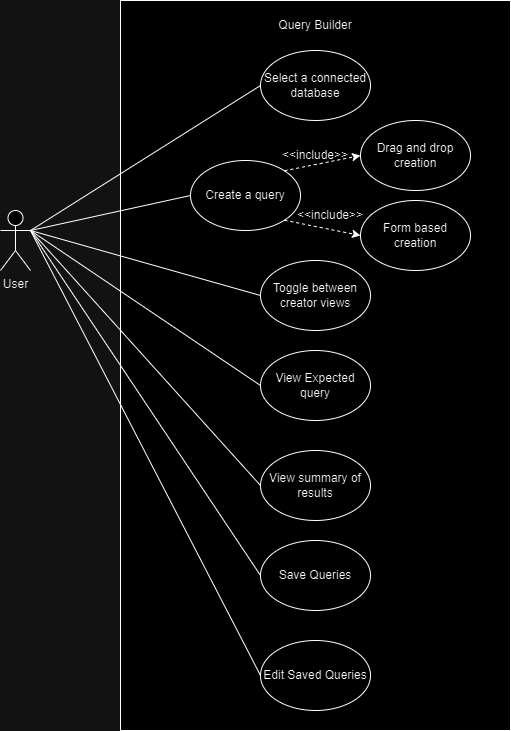
COS301-SE-2024/Query-Builder keeps this draw.io diagram as query-builder-docs/static/img/QueryBuilderDark.png. Above is the earlier version. Source tidied: cells renumbered, new cells last; positions are measured from the earlier drawing's top-left corner, leaving out a move shared by most shapes.
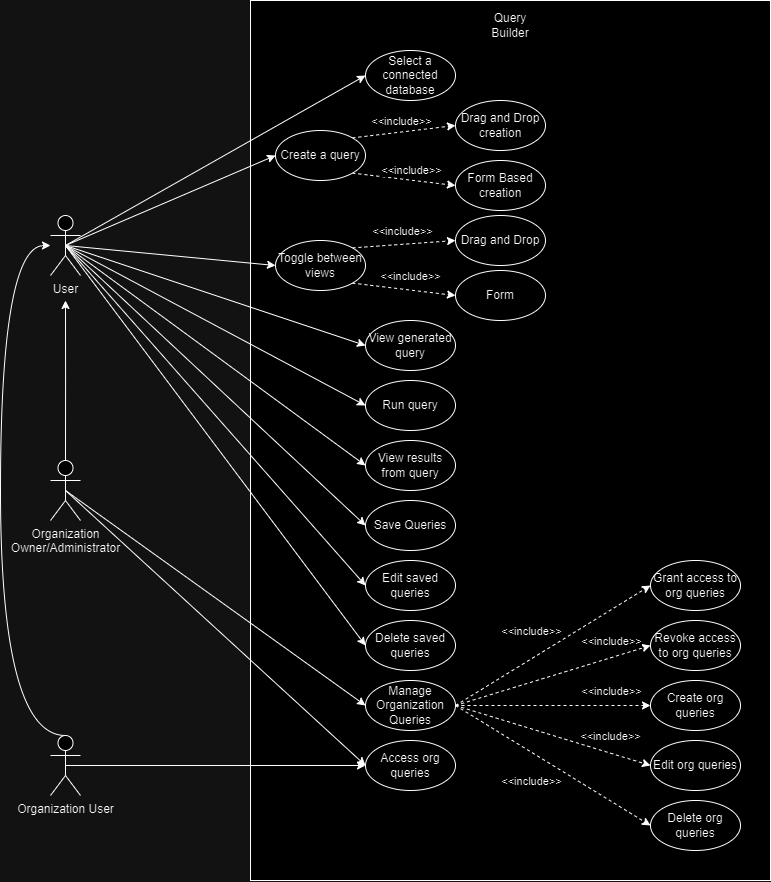
The same diagram one commit later.

The edit, as a diff of the source:
```diff
@@ -2,74 +2,201 @@
   <root>
     <mxCell id="0" />
     <mxCell id="1" parent="0" />
-    <mxCell id="2" style="rounded=0;whiteSpace=wrap;html=1;" parent="1" vertex="1">
-      <mxGeometry x="120" width="390" height="730" as="geometry" />
-    </mxCell>
-    <mxCell id="3" value="User" style="shape=umlActor;verticalLabelPosition=bottom;verticalAlign=top;html=1;outlineConnect=0;" parent="1" vertex="1">
-      <mxGeometry y="210" width="30" height="60" as="geometry" />
-    </mxCell>
-    <mxCell id="4" value="Select a connected database" style="ellipse;whiteSpace=wrap;html=1;" parent="1" vertex="1">
-      <mxGeometry x="260" y="50" width="110" height="70" as="geometry" />
-    </mxCell>
-    <mxCell id="5" value="View Expected query" style="ellipse;whiteSpace=wrap;html=1;" parent="1" vertex="1">
-      <mxGeometry x="260" y="350" width="110" height="70" as="geometry" />
-    </mxCell>
-    <mxCell id="6" value="Create a query" style="ellipse;whiteSpace=wrap;html=1;" parent="1" vertex="1">
-      <mxGeometry x="190" y="160" width="110" height="70" as="geometry" />
-    </mxCell>
+    <mxCell id="25" style="rounded=0;whiteSpace=wrap;html=1;" parent="1" vertex="1">
+      <mxGeometry x="60" y="-80" width="520" height="880" as="geometry" />
+    </mxCell>
-    <mxCell id="7" style="endArrow=none;html=1;rounded=0;entryX=0;entryY=0.5;entryDx=0;entryDy=0;exitX=1;exitY=0.3333333333333333;exitDx=0;exitDy=0;exitPerimeter=0;" parent="1" edge="1" source="3" target="4">
+    <mxCell id="7" style="rounded=0;jettySize=auto;html=1;exitX=0.5;exitY=0.5;exitDx=0;exitDy=0;exitPerimeter=0;entryX=0;entryY=0.5;entryDx=0;entryDy=0;" parent="1" edge="1" source="3" target="4">
       <mxGeometry relative="1" as="geometry" />
     </mxCell>
-    <mxCell id="8" style="endArrow=none;html=1;rounded=0;entryX=0;entryY=0.5;entryDx=0;entryDy=0;exitX=1;exitY=0.3333333333333333;exitDx=0;exitDy=0;exitPerimeter=0;" parent="1" edge="1" source="3" target="6">
+    <mxCell id="8" style="rounded=0;jettySize=auto;html=1;exitX=0.5;exitY=0.5;exitDx=0;exitDy=0;exitPerimeter=0;entryX=0;entryY=0.5;entryDx=0;entryDy=0;" parent="1" edge="1" source="3" target="6">
       <mxGeometry relative="1" as="geometry" />
     </mxCell>
-    <mxCell id="9" style="endArrow=none;html=1;rounded=0;exitX=1;exitY=0.3333333333333333;exitDx=0;exitDy=0;exitPerimeter=0;entryX=0;entryY=0.5;entryDx=0;entryDy=0;" parent="1" edge="1" source="3" target="5">
-      <mxGeometry relative="1" as="geometry" />
-    </mxCell>
+    <mxCell id="26" style="rounded=0;jettySize=auto;html=1;exitX=0.5;exitY=0.5;exitDx=0;exitDy=0;exitPerimeter=0;entryX=0;entryY=0.5;entryDx=0;entryDy=0;" parent="1" edge="1" source="3" target="42">
+      <mxGeometry relative="1" as="geometry" />
+    </mxCell>
+    <mxCell id="27" style="rounded=0;jettySize=auto;html=1;exitX=0.5;exitY=0.5;exitDx=0;exitDy=0;exitPerimeter=0;entryX=0;entryY=0.5;entryDx=0;entryDy=0;" parent="1" edge="1" source="3" target="43">
+      <mxGeometry relative="1" as="geometry" />
+    </mxCell>
+    <mxCell id="28" style="rounded=0;jettySize=auto;html=1;exitX=0.5;exitY=0.5;exitDx=0;exitDy=0;exitPerimeter=0;entryX=0;entryY=0.5;entryDx=0;entryDy=0;" parent="1" edge="1" source="3" target="44">
+      <mxGeometry relative="1" as="geometry" />
+    </mxCell>
+    <mxCell id="29" style="rounded=0;jettySize=auto;html=1;exitX=0.5;exitY=0.5;exitDx=0;exitDy=0;exitPerimeter=0;entryX=0;entryY=0.5;entryDx=0;entryDy=0;" parent="1" edge="1" source="3" target="45">
+      <mxGeometry relative="1" as="geometry" />
+    </mxCell>
+    <mxCell id="23" style="rounded=0;jettySize=auto;html=1;exitX=0.5;exitY=0.5;exitDx=0;exitDy=0;exitPerimeter=0;entryX=0;entryY=0.5;entryDx=0;entryDy=0;" parent="1" edge="1" source="3" target="21">
+      <mxGeometry relative="1" as="geometry" />
+    </mxCell>
+    <mxCell id="30" style="rounded=0;jettySize=auto;html=1;exitX=0.5;exitY=0.5;exitDx=0;exitDy=0;exitPerimeter=0;entryX=0;entryY=0.5;entryDx=0;entryDy=0;" parent="1" edge="1" source="3" target="48">
+      <mxGeometry relative="1" as="geometry" />
+    </mxCell>
+    <mxCell id="31" style="rounded=0;jettySize=auto;html=1;exitX=0.5;exitY=0.5;exitDx=0;exitDy=0;exitPerimeter=0;entryX=0;entryY=0.5;entryDx=0;entryDy=0;" parent="1" edge="1" source="3" target="49">
+      <mxGeometry relative="1" as="geometry" />
+    </mxCell>
+    <mxCell id="3" value="User" style="shape=umlActor;verticalLabelPosition=bottom;verticalAlign=top;html=1;outlineConnect=0;" parent="1" vertex="1">
+      <mxGeometry x="-140" y="135" width="30" height="60" as="geometry" />
+    </mxCell>
     <mxCell id="10" value="Query Builder" style="text;html=1;align=center;verticalAlign=middle;whiteSpace=wrap;rounded=0;" parent="1" vertex="1">
-      <mxGeometry x="230" y="10" width="170" height="30" as="geometry" />
+      <mxGeometry x="290" y="-70" width="60" height="30" as="geometry" />
     </mxCell>
-    <mxCell id="11" value="View summary of results" style="ellipse;whiteSpace=wrap;html=1;" parent="1" vertex="1">
-      <mxGeometry x="260" y="450" width="110" height="70" as="geometry" />
-    </mxCell>
-    <mxCell id="12" value="Toggle between creator views" style="ellipse;whiteSpace=wrap;html=1;" parent="1" vertex="1">
-      <mxGeometry x="260" y="260" width="110" height="70" as="geometry" />
-    </mxCell>
-    <mxCell id="13" style="endArrow=none;html=1;rounded=0;exitX=1;exitY=0.3333333333333333;exitDx=0;exitDy=0;exitPerimeter=0;entryX=0;entryY=0.5;entryDx=0;entryDy=0;" parent="1" edge="1" source="3" target="12">
-      <mxGeometry relative="1" as="geometry" />
-    </mxCell>
-    <mxCell id="14" style="endArrow=none;html=1;rounded=0;exitX=1;exitY=0.3333333333333333;exitDx=0;exitDy=0;exitPerimeter=0;entryX=0;entryY=0.5;entryDx=0;entryDy=0;" parent="1" edge="1" source="3" target="11">
-      <mxGeometry relative="1" as="geometry" />
-    </mxCell>
-    <mxCell id="15" value="Form based creation" style="ellipse;whiteSpace=wrap;html=1;" parent="1" vertex="1">
-      <mxGeometry x="360" y="200" width="110" height="70" as="geometry" />
-    </mxCell>
-    <mxCell id="16" value="Drag and drop creation" style="ellipse;whiteSpace=wrap;html=1;" parent="1" vertex="1">
-      <mxGeometry x="360" y="120" width="110" height="70" as="geometry" />
-    </mxCell>
-    <mxCell id="17" style="endArrow=classic;html=1;rounded=0;entryX=0;entryY=0.5;entryDx=0;entryDy=0;exitX=1;exitY=0;exitDx=0;exitDy=0;dashed=1;" parent="1" edge="1" source="6" target="16">
-      <mxGeometry relative="1" as="geometry" />
-    </mxCell>
-    <mxCell id="18" style="endArrow=classic;html=1;rounded=0;entryX=0;entryY=0.5;entryDx=0;entryDy=0;exitX=1;exitY=1;exitDx=0;exitDy=0;dashed=1;" parent="1" edge="1" source="6" target="15">
-      <mxGeometry relative="1" as="geometry" />
-    </mxCell>
-    <mxCell id="19" value="&amp;lt;&amp;lt;include&amp;gt;&amp;gt;" style="text;html=1;align=center;verticalAlign=middle;whiteSpace=wrap;rounded=0;" parent="1" vertex="1">
-      <mxGeometry x="300" y="200" width="60" height="30" as="geometry" />
-    </mxCell>
-    <mxCell id="20" value="&amp;lt;&amp;lt;include&amp;gt;&amp;gt;" style="text;html=1;align=center;verticalAlign=middle;whiteSpace=wrap;rounded=0;" parent="1" vertex="1">
-      <mxGeometry x="285" y="140" width="60" height="30" as="geometry" />
-    </mxCell>
+    <mxCell id="4" value="Select a connected database" style="ellipse;whiteSpace=wrap;html=1;" parent="1" vertex="1">
+      <mxGeometry x="175" y="-30" width="90" height="50" as="geometry" />
+    </mxCell>
+    <mxCell id="32" value="Drag and Drop creation" style="ellipse;whiteSpace=wrap;html=1;" parent="1" vertex="1">
+      <mxGeometry x="265" y="20" width="90" height="50" as="geometry" />
+    </mxCell>
+    <mxCell id="33" value="Form Based creation" style="ellipse;whiteSpace=wrap;html=1;" parent="1" vertex="1">
+      <mxGeometry x="265" y="80" width="90" height="50" as="geometry" />
+    </mxCell>
+    <mxCell id="34" style="rounded=0;jettySize=auto;html=1;exitX=1;exitY=0;exitDx=0;exitDy=0;entryX=0;entryY=0.5;entryDx=0;entryDy=0;dashed=1;" parent="1" edge="1" source="6" target="32">
+      <mxGeometry relative="1" as="geometry" />
+    </mxCell>
+    <mxCell id="35" value="&amp;lt;&amp;lt;include&amp;gt;&amp;gt;" style="edgeLabel;html=1;align=center;verticalAlign=middle;" parent="34" vertex="1">
+      <mxGeometry x="-0.17" y="-1" relative="1" as="geometry">
+        <mxPoint x="5" y="-13" as="offset" />
+      </mxGeometry>
+    </mxCell>
+    <mxCell id="36" style="rounded=0;jettySize=auto;html=1;exitX=1;exitY=1;exitDx=0;exitDy=0;entryX=0;entryY=0.5;entryDx=0;entryDy=0;dashed=1;" parent="1" edge="1" source="6" target="33">
+      <mxGeometry relative="1" as="geometry" />
+    </mxCell>
+    <mxCell id="37" value="&amp;lt;&amp;lt;include&amp;gt;&amp;gt;" style="edgeLabel;html=1;align=center;verticalAlign=middle;" parent="36" vertex="1">
+      <mxGeometry x="-0.06" y="5" relative="1" as="geometry">
+        <mxPoint x="9" y="-4" as="offset" />
+      </mxGeometry>
+    </mxCell>
+    <mxCell id="6" value="Create a query" style="ellipse;whiteSpace=wrap;html=1;" parent="1" vertex="1">
+      <mxGeometry x="85" y="50" width="90" height="50" as="geometry" />
+    </mxCell>
+    <mxCell id="38" style="rounded=0;jettySize=auto;html=1;exitX=1;exitY=0;exitDx=0;exitDy=0;entryX=0;entryY=0.5;entryDx=0;entryDy=0;dashed=1;" parent="1" edge="1" source="42" target="46">
+      <mxGeometry relative="1" as="geometry" />
+    </mxCell>
+    <mxCell id="39" value="&amp;lt;&amp;lt;include&amp;gt;&amp;gt;" style="edgeLabel;html=1;align=center;verticalAlign=middle;" parent="38" vertex="1">
+      <mxGeometry x="-0.05" relative="1" as="geometry">
+        <mxPoint y="-14" as="offset" />
+      </mxGeometry>
+    </mxCell>
+    <mxCell id="40" style="rounded=0;jettySize=auto;html=1;exitX=1;exitY=1;exitDx=0;exitDy=0;entryX=0;entryY=0.5;entryDx=0;entryDy=0;dashed=1;" parent="1" edge="1" source="42" target="47">
+      <mxGeometry relative="1" as="geometry" />
+    </mxCell>
+    <mxCell id="41" value="&amp;lt;&amp;lt;include&amp;gt;&amp;gt;" style="edgeLabel;html=1;align=center;verticalAlign=middle;" parent="40" vertex="1">
+      <mxGeometry x="-0.13" y="1" relative="1" as="geometry">
+        <mxPoint x="13" y="-12" as="offset" />
+      </mxGeometry>
+    </mxCell>
+    <mxCell id="42" value="Toggle between views" style="ellipse;whiteSpace=wrap;html=1;" parent="1" vertex="1">
+      <mxGeometry x="85" y="160" width="90" height="50" as="geometry" />
+    </mxCell>
+    <mxCell id="43" value="View generated query" style="ellipse;whiteSpace=wrap;html=1;" parent="1" vertex="1">
+      <mxGeometry x="175" y="240" width="90" height="50" as="geometry" />
+    </mxCell>
+    <mxCell id="44" value="Run query" style="ellipse;whiteSpace=wrap;html=1;" parent="1" vertex="1">
+      <mxGeometry x="175" y="300" width="90" height="50" as="geometry" />
+    </mxCell>
+    <mxCell id="45" value="View results from query" style="ellipse;whiteSpace=wrap;html=1;" parent="1" vertex="1">
+      <mxGeometry x="175" y="360" width="90" height="50" as="geometry" />
+    </mxCell>
+    <mxCell id="46" value="Drag and Drop" style="ellipse;whiteSpace=wrap;html=1;" parent="1" vertex="1">
+      <mxGeometry x="265" y="135" width="90" height="50" as="geometry" />
+    </mxCell>
+    <mxCell id="47" value="Form" style="ellipse;whiteSpace=wrap;html=1;" parent="1" vertex="1">
+      <mxGeometry x="265" y="190" width="90" height="50" as="geometry" />
+    </mxCell>
     <mxCell id="21" value="Save Queries" style="ellipse;whiteSpace=wrap;html=1;" parent="1" vertex="1">
-      <mxGeometry x="260" y="540" width="110" height="70" as="geometry" />
+      <mxGeometry x="175" y="420" width="90" height="50" as="geometry" />
     </mxCell>
-    <mxCell id="22" value="Edit Saved Queries" style="ellipse;whiteSpace=wrap;html=1;" parent="1" vertex="1">
-      <mxGeometry x="260" y="640" width="110" height="70" as="geometry" />
-    </mxCell>
-    <mxCell id="23" style="endArrow=none;html=1;rounded=0;exitX=1;exitY=0.3333333333333333;exitDx=0;exitDy=0;exitPerimeter=0;entryX=0;entryY=0.5;entryDx=0;entryDy=0;" parent="1" edge="1" source="3" target="21">
-      <mxGeometry relative="1" as="geometry" />
-    </mxCell>
-    <mxCell id="24" style="endArrow=none;html=1;rounded=0;exitX=1;exitY=0.3333333333333333;exitDx=0;exitDy=0;exitPerimeter=0;entryX=0;entryY=0.5;entryDx=0;entryDy=0;" parent="1" edge="1" source="3" target="22">
-      <mxGeometry relative="1" as="geometry" />
-    </mxCell>
+    <mxCell id="48" value="Edit saved queries" style="ellipse;whiteSpace=wrap;html=1;" parent="1" vertex="1">
+      <mxGeometry x="175" y="480" width="90" height="50" as="geometry" />
+    </mxCell>
+    <mxCell id="49" value="Delete saved queries" style="ellipse;whiteSpace=wrap;html=1;" parent="1" vertex="1">
+      <mxGeometry x="175" y="540" width="90" height="50" as="geometry" />
+    </mxCell>
+    <mxCell id="50" style="rounded=0;jettySize=auto;html=1;exitX=1;exitY=0.5;exitDx=0;exitDy=0;entryX=0;entryY=0.5;entryDx=0;entryDy=0;dashed=1;" parent="1" edge="1" source="60" target="67">
+      <mxGeometry relative="1" as="geometry" />
+    </mxCell>
+    <mxCell id="51" value="&amp;lt;&amp;lt;include&amp;gt;&amp;gt;" style="edgeLabel;html=1;align=center;verticalAlign=middle;" parent="50" vertex="1">
+      <mxGeometry x="-0.03" y="1" relative="1" as="geometry">
+        <mxPoint x="-19" y="-16" as="offset" />
+      </mxGeometry>
+    </mxCell>
+    <mxCell id="52" style="rounded=0;jettySize=auto;html=1;exitX=1;exitY=0.5;exitDx=0;exitDy=0;entryX=0;entryY=0.5;entryDx=0;entryDy=0;dashed=1;" parent="1" edge="1" source="60" target="66">
+      <mxGeometry relative="1" as="geometry" />
+    </mxCell>
+    <mxCell id="53" value="&amp;lt;&amp;lt;include&amp;gt;&amp;gt;" style="edgeLabel;html=1;align=center;verticalAlign=middle;" parent="52" vertex="1">
+      <mxGeometry x="0.11" y="-2" relative="1" as="geometry">
+        <mxPoint x="47" y="-34" as="offset" />
+      </mxGeometry>
+    </mxCell>
+    <mxCell id="54" style="rounded=0;jettySize=auto;html=1;exitX=1;exitY=0.5;exitDx=0;exitDy=0;entryX=0;entryY=0.5;entryDx=0;entryDy=0;dashed=1;" parent="1" edge="1" source="60" target="65">
+      <mxGeometry relative="1" as="geometry" />
+    </mxCell>
+    <mxCell id="55" value="&amp;lt;&amp;lt;include&amp;gt;&amp;gt;" style="edgeLabel;html=1;align=center;verticalAlign=middle;" parent="54" vertex="1">
+      <mxGeometry x="0.45" y="-1" relative="1" as="geometry">
+        <mxPoint x="14" y="-16" as="offset" />
+      </mxGeometry>
+    </mxCell>
+    <mxCell id="56" style="rounded=0;jettySize=auto;html=1;exitX=1;exitY=0.5;exitDx=0;exitDy=0;entryX=0;entryY=0.5;entryDx=0;entryDy=0;dashed=1;" parent="1" edge="1" source="60" target="68">
+      <mxGeometry relative="1" as="geometry" />
+    </mxCell>
+    <mxCell id="57" value="&amp;lt;&amp;lt;include&amp;gt;&amp;gt;" style="edgeLabel;html=1;align=center;verticalAlign=middle;" parent="56" vertex="1">
+      <mxGeometry x="0.48" y="-2" relative="1" as="geometry">
+        <mxPoint x="11" y="-16" as="offset" />
+      </mxGeometry>
+    </mxCell>
+    <mxCell id="58" style="rounded=0;jettySize=auto;html=1;exitX=1;exitY=0.5;exitDx=0;exitDy=0;entryX=0;entryY=0.5;entryDx=0;entryDy=0;dashed=1;" parent="1" edge="1" source="60" target="69">
+      <mxGeometry relative="1" as="geometry" />
+    </mxCell>
+    <mxCell id="59" value="&amp;lt;&amp;lt;include&amp;gt;&amp;gt;" style="edgeLabel;html=1;align=center;verticalAlign=middle;" parent="58" vertex="1">
+      <mxGeometry x="0.61" y="2" relative="1" as="geometry">
+        <mxPoint x="-83" y="-20" as="offset" />
+      </mxGeometry>
+    </mxCell>
+    <mxCell id="60" value="Manage Organization Queries" style="ellipse;whiteSpace=wrap;html=1;" parent="1" vertex="1">
+      <mxGeometry x="175" y="600" width="90" height="50" as="geometry" />
+    </mxCell>
+    <mxCell id="61" style="rounded=0;jettySize=auto;html=1;exitX=0.5;exitY=0.5;exitDx=0;exitDy=0;exitPerimeter=0;entryX=0;entryY=0.5;entryDx=0;entryDy=0;" parent="1" edge="1" source="64" target="60">
+      <mxGeometry relative="1" as="geometry" />
+    </mxCell>
+    <mxCell id="62" style="edgeStyle=orthogonalEdgeStyle;rounded=0;jettySize=auto;html=1;exitX=0.5;exitY=0;exitDx=0;exitDy=0;exitPerimeter=0;" parent="1" edge="1" source="64">
+      <mxGeometry relative="1" as="geometry">
+        <mxPoint x="-125" y="220" as="targetPoint" />
+      </mxGeometry>
+    </mxCell>
+    <mxCell id="63" style="rounded=0;jettySize=auto;html=1;exitX=0.5;exitY=0.5;exitDx=0;exitDy=0;exitPerimeter=0;entryX=0;entryY=0.5;entryDx=0;entryDy=0;" parent="1" edge="1" source="64" target="70">
+      <mxGeometry relative="1" as="geometry" />
+    </mxCell>
+    <mxCell id="64" value="Organization&lt;br&gt;Owner/Administrator" style="shape=umlActor;verticalLabelPosition=bottom;verticalAlign=top;html=1;outlineConnect=0;" parent="1" vertex="1">
+      <mxGeometry x="-140" y="380" width="30" height="60" as="geometry" />
+    </mxCell>
+    <mxCell id="65" value="Create org queries" style="ellipse;whiteSpace=wrap;html=1;" parent="1" vertex="1">
+      <mxGeometry x="460" y="600" width="90" height="50" as="geometry" />
+    </mxCell>
+    <mxCell id="66" value="Revoke access to org queries" style="ellipse;whiteSpace=wrap;html=1;" parent="1" vertex="1">
+      <mxGeometry x="460" y="540" width="90" height="50" as="geometry" />
+    </mxCell>
+    <mxCell id="67" value="Grant access to org queries" style="ellipse;whiteSpace=wrap;html=1;" parent="1" vertex="1">
+      <mxGeometry x="460" y="480" width="90" height="50" as="geometry" />
+    </mxCell>
+    <mxCell id="68" value="Edit org queries" style="ellipse;whiteSpace=wrap;html=1;" parent="1" vertex="1">
+      <mxGeometry x="460" y="660" width="90" height="50" as="geometry" />
+    </mxCell>
+    <mxCell id="69" value="Delete org queries" style="ellipse;whiteSpace=wrap;html=1;" parent="1" vertex="1">
+      <mxGeometry x="460" y="720" width="90" height="50" as="geometry" />
+    </mxCell>
+    <mxCell id="70" value="Access org queries" style="ellipse;whiteSpace=wrap;html=1;" parent="1" vertex="1">
+      <mxGeometry x="175" y="660" width="90" height="50" as="geometry" />
+    </mxCell>
+    <mxCell id="71" style="rounded=0;jettySize=auto;html=1;exitX=0.5;exitY=0.5;exitDx=0;exitDy=0;exitPerimeter=0;entryX=0;entryY=0.5;entryDx=0;entryDy=0;" parent="1" edge="1" source="73" target="70">
+      <mxGeometry relative="1" as="geometry" />
+    </mxCell>
+    <mxCell id="72" style="edgeStyle=orthogonalEdgeStyle;rounded=0;jettySize=auto;html=1;exitX=0.5;exitY=0;exitDx=0;exitDy=0;exitPerimeter=0;curved=1;" parent="1" edge="1" source="73" target="3">
+      <mxGeometry relative="1" as="geometry">
+        <Array as="points">
+          <mxPoint x="-190" y="655" />
+          <mxPoint x="-190" y="165" />
+        </Array>
+      </mxGeometry>
+    </mxCell>
+    <mxCell id="73" value="Organization User" style="shape=umlActor;verticalLabelPosition=bottom;verticalAlign=top;html=1;outlineConnect=0;" parent="1" vertex="1">
+      <mxGeometry x="-140" y="655" width="30" height="60" as="geometry" />
+    </mxCell>
   </root>
 </mxGraphModel>
```
